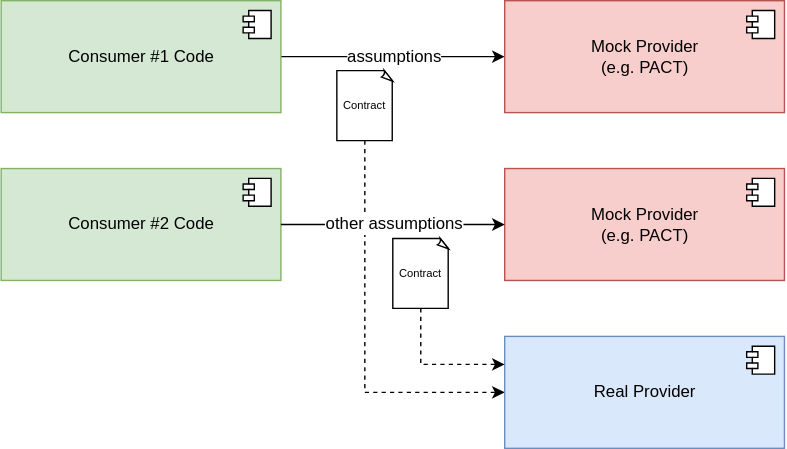
The draw.io diagram assets/images/ct_multi-consumer-contracts.svg in test-automation-in-practice/cnt-spring-boot, before a commit. Source tidied: cells renumbered, new cells last; positions are measured from the earlier drawing's top-left corner, leaving out a move shared by most shapes.
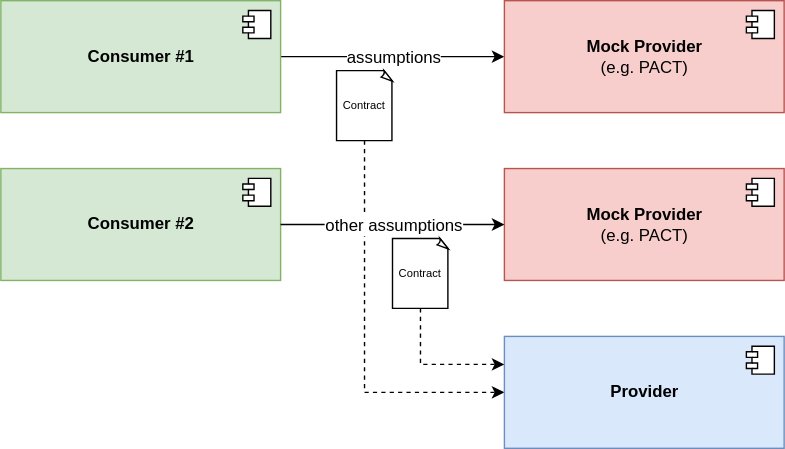
The same file after the commit.

Change to the diagram source:
```diff
@@ -16,7 +16,7 @@
         <mxPoint x="1" y="-1" as="offset" />
       </mxGeometry>
     </mxCell>
-    <mxCell id="6" value="Consumer #1 Code" style="html=1;fillColor=#d5e8d4;strokeColor=#82b366;" parent="1" vertex="1">
+    <mxCell id="6" value="&lt;b&gt;Consumer #1&lt;/b&gt;" style="html=1;fillColor=#d5e8d4;strokeColor=#82b366;" parent="1" vertex="1">
       <mxGeometry width="200" height="80" as="geometry" />
     </mxCell>
     <mxCell id="7" style="shape=module;jettyWidth=8;jettyHeight=4;" parent="6" vertex="1">
@@ -24,7 +24,7 @@
         <mxPoint x="-27" y="7" as="offset" />
       </mxGeometry>
     </mxCell>
-    <mxCell id="8" value="Mock Provider&lt;br&gt;(e.g. PACT)" style="html=1;fillColor=#f8cecc;strokeColor=#b85450;" parent="1" vertex="1">
+    <mxCell id="8" value="&lt;b&gt;Mock Provider&lt;/b&gt;&lt;br&gt;(e.g. PACT)" style="html=1;fillColor=#f8cecc;strokeColor=#b85450;" parent="1" vertex="1">
       <mxGeometry x="360" width="200" height="80" as="geometry" />
     </mxCell>
     <mxCell id="9" style="shape=module;jettyWidth=8;jettyHeight=4;" parent="8" vertex="1">
@@ -32,7 +32,7 @@
         <mxPoint x="-27" y="7" as="offset" />
       </mxGeometry>
     </mxCell>
-    <mxCell id="10" value="Real Provider" style="html=1;fillColor=#dae8fc;strokeColor=#6c8ebf;" parent="1" vertex="1">
+    <mxCell id="10" value="&lt;b&gt;Provider&lt;/b&gt;" style="html=1;fillColor=#dae8fc;strokeColor=#6c8ebf;" parent="1" vertex="1">
       <mxGeometry x="360" y="240" width="200" height="80" as="geometry" />
     </mxCell>
     <mxCell id="11" style="shape=module;jettyWidth=8;jettyHeight=4;" parent="10" vertex="1">
@@ -40,7 +40,7 @@
         <mxPoint x="-27" y="7" as="offset" />
       </mxGeometry>
     </mxCell>
-    <mxCell id="12" value="Consumer #2 Code" style="html=1;fillColor=#d5e8d4;strokeColor=#82b366;" parent="1" vertex="1">
+    <mxCell id="12" value="&lt;b&gt;Consumer #2&lt;/b&gt;" style="html=1;fillColor=#d5e8d4;strokeColor=#82b366;" parent="1" vertex="1">
       <mxGeometry y="120" width="200" height="80" as="geometry" />
     </mxCell>
     <mxCell id="13" style="shape=module;jettyWidth=8;jettyHeight=4;" parent="12" vertex="1">
@@ -48,7 +48,7 @@
         <mxPoint x="-27" y="7" as="offset" />
       </mxGeometry>
     </mxCell>
-    <mxCell id="14" value="Mock Provider&lt;br&gt;(e.g. PACT)" style="html=1;fillColor=#f8cecc;strokeColor=#b85450;" parent="1" vertex="1">
+    <mxCell id="14" value="&lt;b&gt;Mock Provider&lt;/b&gt;&lt;br&gt;(e.g. PACT)" style="html=1;fillColor=#f8cecc;strokeColor=#b85450;" parent="1" vertex="1">
       <mxGeometry x="360" y="120" width="200" height="80" as="geometry" />
     </mxCell>
     <mxCell id="15" style="shape=module;jettyWidth=8;jettyHeight=4;" parent="14" vertex="1">
```
